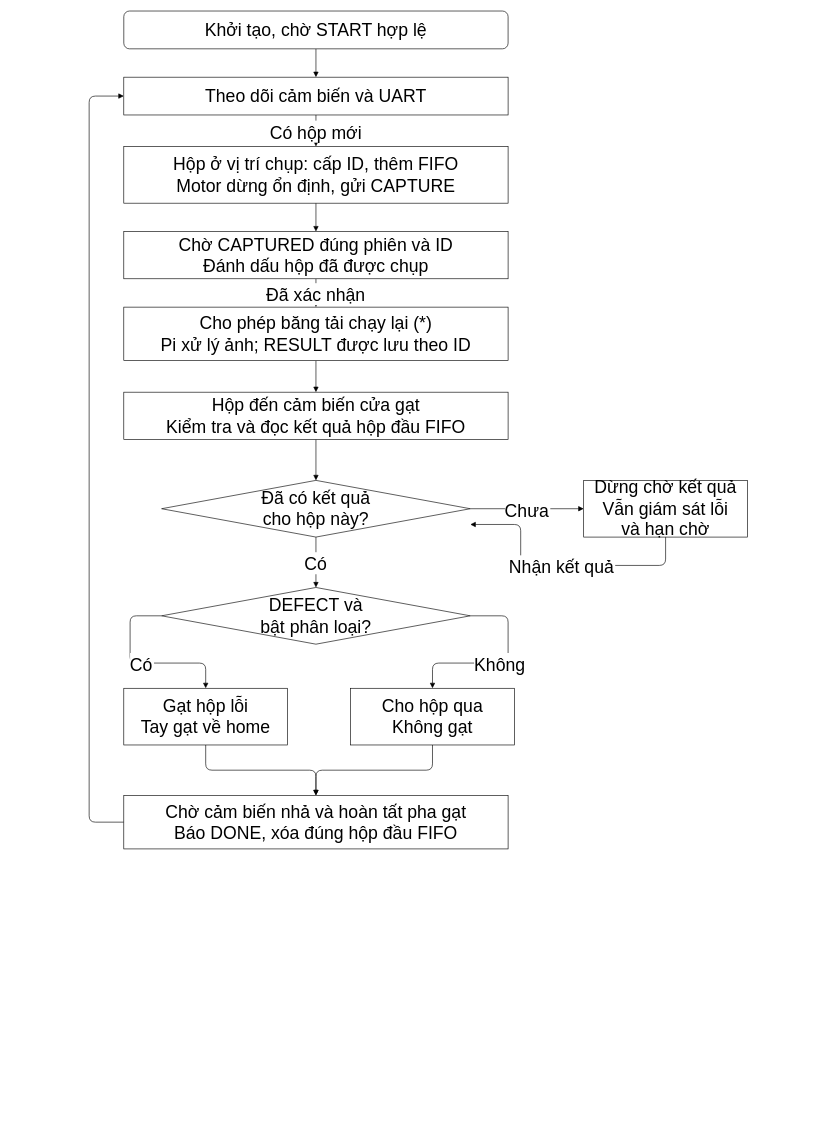
hungleo305/Phat-hien-loi-EDGE-AI keeps this draw.io diagram as docs/diagrams/esp32_chu_trinh_mot_hop.drawio. Above is the earlier version. Source tidied: cells renumbered, new cells numbered last; positions are measured from the earlier drawing's top-left corner, leaving out a move shared by most shapes. Both pictures are drawn from the tidied source at 63%, with x=0, y=0 at pixel (89, 11).
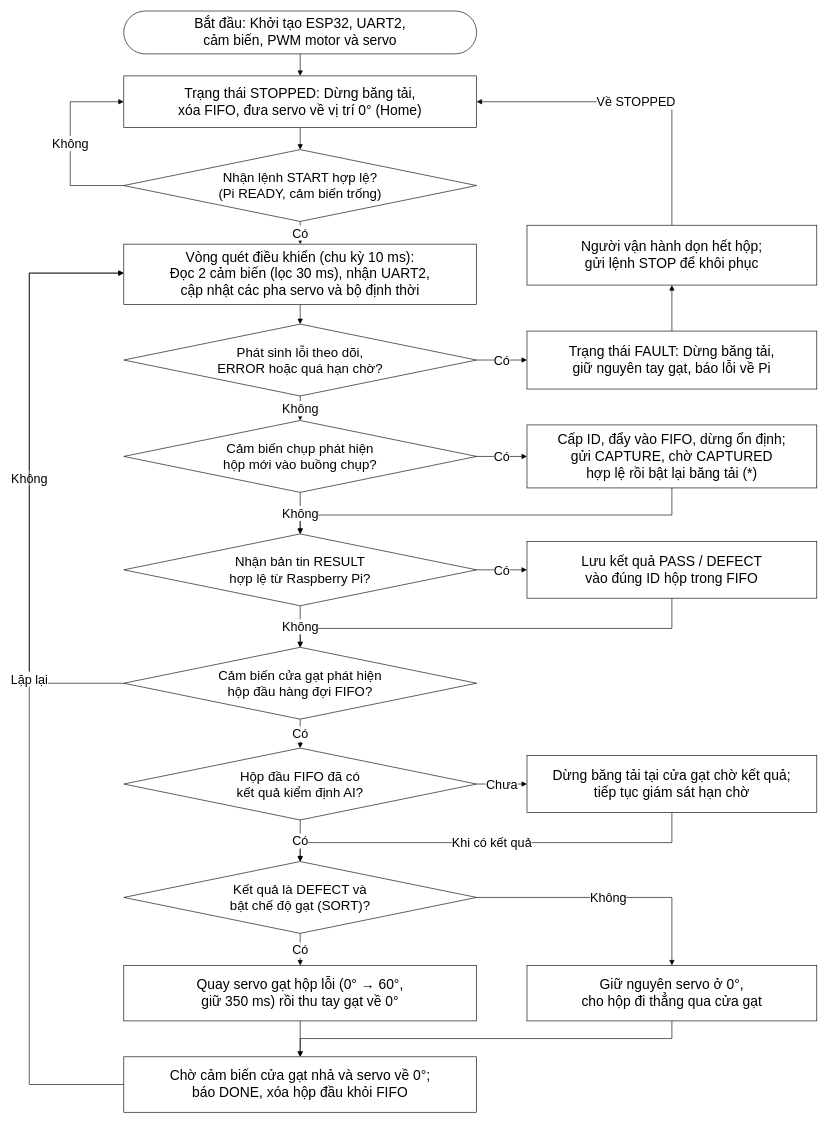
The same page after the edit.

What changed in the source:
```diff
@@
-    <mxCell id="2" style="edgeStyle=orthogonalEdgeStyle;endArrow=block;strokeColor=#000000;fontColor=#000000;fontFamily=Arial;fontSize=28;" parent="1" edge="1" source="16" target="17">
+    <mxCell id="2" style="edgeStyle=orthogonalEdgeStyle;rounded=0;html=1;endArrow=block;strokeColor=#000000;fontColor=#000000;fontFamily=Arial;fontSize=20;" parent="1" edge="1" source="16" target="39">
       <mxGeometry relative="1" as="geometry" />
     </mxCell>
-    <mxCell id="3" value="Có hộp mới" style="edgeStyle=orthogonalEdgeStyle;endArrow=block;strokeColor=#000000;fontColor=#000000;fontFamily=Arial;fontSize=28;" parent="1" edge="1" source="17" target="18">
+    <mxCell id="3" style="edgeStyle=orthogonalEdgeStyle;rounded=0;html=1;endArrow=block;strokeColor=#000000;fontColor=#000000;fontFamily=Arial;fontSize=20;" parent="1" edge="1" source="39" target="40">
       <mxGeometry relative="1" as="geometry" />
     </mxCell>
-    <mxCell id="4" style="edgeStyle=orthogonalEdgeStyle;endArrow=block;strokeColor=#000000;fontColor=#000000;fontFamily=Arial;fontSize=28;" parent="1" edge="1" source="18" target="19">
-      <mxGeometry relative="1" as="geometry" />
+    <mxCell id="4" value="Không" style="edgeStyle=orthogonalEdgeStyle;rounded=0;html=1;endArrow=block;strokeColor=#000000;fontColor=#000000;fontFamily=Arial;fontSize=20;" parent="1" edge="1" source="40" target="39">
+      <mxGeometry relative="1" as="geometry">
+        <Array as="points">
+          <mxPoint x="-30" y="277" />
+          <mxPoint x="-30" y="144" />
+        </Array>
+      </mxGeometry>
     </mxCell>
-    <mxCell id="5" value="Đã xác nhận" style="edgeStyle=orthogonalEdgeStyle;endArrow=block;strokeColor=#000000;fontColor=#000000;fontFamily=Arial;fontSize=28;" parent="1" edge="1" source="19" target="20">
+    <mxCell id="5" value="Có" style="edgeStyle=orthogonalEdgeStyle;rounded=0;html=1;endArrow=block;strokeColor=#000000;fontColor=#000000;fontFamily=Arial;fontSize=20;" parent="1" edge="1" source="40" target="41">
       <mxGeometry relative="1" as="geometry" />
     </mxCell>
-    <mxCell id="6" style="edgeStyle=orthogonalEdgeStyle;endArrow=block;strokeColor=#000000;fontColor=#000000;fontFamily=Arial;fontSize=28;" parent="1" edge="1" source="20" target="21">
+    <mxCell id="6" style="edgeStyle=orthogonalEdgeStyle;rounded=0;html=1;endArrow=block;strokeColor=#000000;fontColor=#000000;fontFamily=Arial;fontSize=20;" parent="1" edge="1" source="41" target="42">
       <mxGeometry relative="1" as="geometry" />
     </mxCell>
-    <mxCell id="7" style="edgeStyle=orthogonalEdgeStyle;endArrow=block;strokeColor=#000000;fontColor=#000000;fontFamily=Arial;fontSize=28;" parent="1" edge="1" source="21" target="22">
+    <mxCell id="7" value="Có" style="edgeStyle=orthogonalEdgeStyle;rounded=0;html=1;endArrow=block;strokeColor=#000000;fontColor=#000000;fontFamily=Arial;fontSize=20;" parent="1" edge="1" source="42" target="43">
       <mxGeometry relative="1" as="geometry" />
     </mxCell>
-    <mxCell id="8" value="Chưa" style="edgeStyle=orthogonalEdgeStyle;endArrow=block;strokeColor=#000000;fontColor=#000000;fontFamily=Arial;fontSize=28;" parent="1" edge="1" source="22" target="23">
+    <mxCell id="8" style="edgeStyle=orthogonalEdgeStyle;rounded=0;html=1;endArrow=block;strokeColor=#000000;fontColor=#000000;fontFamily=Arial;fontSize=20;" parent="1" edge="1" source="43" target="44">
       <mxGeometry relative="1" as="geometry" />
     </mxCell>
-    <mxCell id="9" value="Nhận kết quả" style="edgeStyle=orthogonalEdgeStyle;endArrow=block;strokeColor=#000000;fontColor=#000000;fontFamily=Arial;fontSize=28;" parent="1" edge="1" source="23" target="22">
+    <mxCell id="9" value="Về STOPPED" style="edgeStyle=orthogonalEdgeStyle;rounded=0;html=1;endArrow=block;strokeColor=#000000;fontColor=#000000;fontFamily=Arial;fontSize=20;" parent="1" edge="1" source="44" target="39">
       <mxGeometry relative="1" as="geometry">
         <Array as="points">
-          <mxPoint x="915" y="880" />
-          <mxPoint x="685" y="880" />
-          <mxPoint x="685" y="815" />
+          <mxPoint x="925" y="144" />
         </Array>
       </mxGeometry>
     </mxCell>
-    <mxCell id="10" value="Có" style="edgeStyle=orthogonalEdgeStyle;endArrow=block;strokeColor=#000000;fontColor=#000000;fontFamily=Arial;fontSize=28;" parent="1" edge="1" source="22" target="24">
+    <mxCell id="10" value="Không" style="edgeStyle=orthogonalEdgeStyle;rounded=0;html=1;endArrow=block;strokeColor=#000000;fontColor=#000000;fontFamily=Arial;fontSize=20;" parent="1" edge="1" source="42" target="45">
       <mxGeometry relative="1" as="geometry" />
     </mxCell>
-    <mxCell id="11" value="Có" style="edgeStyle=orthogonalEdgeStyle;endArrow=block;strokeColor=#000000;fontColor=#000000;fontFamily=Arial;fontSize=28;" parent="1" edge="1" source="24" target="25">
-      <mxGeometry relative="1" as="geometry">
-        <Array as="points">
-          <mxPoint x="65" y="960" />
-          <mxPoint x="65" y="1035" />
-          <mxPoint x="185" y="1035" />
-        </Array>
-      </mxGeometry>
+    <mxCell id="11" value="Có" style="edgeStyle=orthogonalEdgeStyle;rounded=0;html=1;endArrow=block;strokeColor=#000000;fontColor=#000000;fontFamily=Arial;fontSize=20;" parent="1" edge="1" source="45" target="46">
+      <mxGeometry relative="1" as="geometry" />
     </mxCell>
-    <mxCell id="12" value="Không" style="edgeStyle=orthogonalEdgeStyle;endArrow=block;strokeColor=#000000;fontColor=#000000;fontFamily=Arial;fontSize=28;" parent="1" edge="1" source="24" target="26">
+    <mxCell id="12" style="edgeStyle=orthogonalEdgeStyle;rounded=0;html=1;endArrow=block;strokeColor=#000000;fontColor=#000000;fontFamily=Arial;fontSize=20;" parent="1" edge="1" source="46" target="47">
       <mxGeometry relative="1" as="geometry">
         <Array as="points">
-          <mxPoint x="665" y="960" />
-          <mxPoint x="665" y="1035" />
-          <mxPoint x="545" y="1035" />
+          <mxPoint x="925" y="800" />
+          <mxPoint x="335" y="800" />
         </Array>
       </mxGeometry>
     </mxCell>
-    <mxCell id="13" style="edgeStyle=orthogonalEdgeStyle;endArrow=block;strokeColor=#000000;fontColor=#000000;fontFamily=Arial;fontSize=28;" parent="1" edge="1" source="25" target="27">
-      <mxGeometry relative="1" as="geometry">
-        <Array as="points">
-          <mxPoint x="185" y="1205" />
-          <mxPoint x="360" y="1205" />
-        </Array>
-      </mxGeometry>
+    <mxCell id="13" value="Không" style="edgeStyle=orthogonalEdgeStyle;rounded=0;html=1;endArrow=block;strokeColor=#000000;fontColor=#000000;fontFamily=Arial;fontSize=20;" parent="1" edge="1" source="45" target="47">
+      <mxGeometry relative="1" as="geometry" />
     </mxCell>
-    <mxCell id="14" style="edgeStyle=orthogonalEdgeStyle;endArrow=block;strokeColor=#000000;fontColor=#000000;fontFamily=Arial;fontSize=28;" parent="1" edge="1" source="26" target="27">
-      <mxGeometry relative="1" as="geometry">
-        <Array as="points">
-          <mxPoint x="545" y="1205" />
-          <mxPoint x="360" y="1205" />
-        </Array>
-      </mxGeometry>
+    <mxCell id="14" value="Có" style="edgeStyle=orthogonalEdgeStyle;rounded=0;html=1;endArrow=block;strokeColor=#000000;fontColor=#000000;fontFamily=Arial;fontSize=20;" parent="1" edge="1" source="47" target="48">
+      <mxGeometry relative="1" as="geometry" />
     </mxCell>
-    <mxCell id="15" style="edgeStyle=orthogonalEdgeStyle;endArrow=block;strokeColor=#000000;fontColor=#000000;fontFamily=Arial;fontSize=28;" parent="1" edge="1" source="27" target="17">
+    <mxCell id="15" style="edgeStyle=orthogonalEdgeStyle;rounded=0;html=1;endArrow=block;strokeColor=#000000;fontColor=#000000;fontFamily=Arial;fontSize=20;" parent="1" edge="1" source="48" target="49">
       <mxGeometry relative="1" as="geometry">
         <Array as="points">
-          <mxPoint y="1287" />
-          <mxPoint y="135" />
+          <mxPoint x="925" y="980" />
+          <mxPoint x="335" y="980" />
         </Array>
       </mxGeometry>
     </mxCell>
+    <mxCell id="28" value="Không" style="edgeStyle=orthogonalEdgeStyle;rounded=0;html=1;endArrow=block;strokeColor=#000000;fontColor=#000000;fontFamily=Arial;fontSize=20;" parent="1" edge="1" source="47" target="49">
+      <mxGeometry relative="1" as="geometry" />
+    </mxCell>
+    <mxCell id="29" value="Không" style="edgeStyle=orthogonalEdgeStyle;rounded=0;html=1;endArrow=block;strokeColor=#000000;fontColor=#000000;fontFamily=Arial;fontSize=20;" parent="1" edge="1" source="49" target="41">
+      <mxGeometry relative="1" as="geometry">
+        <Array as="points">
+          <mxPoint x="-95" y="1067" />
+          <mxPoint x="-95" y="416" />
+        </Array>
+      </mxGeometry>
+    </mxCell>
+    <mxCell id="30" value="Có" style="edgeStyle=orthogonalEdgeStyle;rounded=0;html=1;endArrow=block;strokeColor=#000000;fontColor=#000000;fontFamily=Arial;fontSize=20;" parent="1" edge="1" source="49" target="50">
+      <mxGeometry relative="1" as="geometry" />
+    </mxCell>
+    <mxCell id="31" value="Chưa" style="edgeStyle=orthogonalEdgeStyle;rounded=0;html=1;endArrow=block;strokeColor=#000000;fontColor=#000000;fontFamily=Arial;fontSize=20;" parent="1" edge="1" source="50" target="51">
+      <mxGeometry relative="1" as="geometry" />
+    </mxCell>
+    <mxCell id="32" value="Khi có kết quả" style="edgeStyle=orthogonalEdgeStyle;rounded=0;html=1;endArrow=block;strokeColor=#000000;fontColor=#000000;fontFamily=Arial;fontSize=20;" parent="1" edge="1" source="51" target="52">
+      <mxGeometry relative="1" as="geometry">
+        <Array as="points">
+          <mxPoint x="925" y="1320" />
+          <mxPoint x="335" y="1320" />
+        </Array>
+      </mxGeometry>
+    </mxCell>
+    <mxCell id="33" value="Có" style="edgeStyle=orthogonalEdgeStyle;rounded=0;html=1;endArrow=block;strokeColor=#000000;fontColor=#000000;fontFamily=Arial;fontSize=20;" parent="1" edge="1" source="50" target="52">
+      <mxGeometry relative="1" as="geometry" />
+    </mxCell>
+    <mxCell id="34" value="Có" style="edgeStyle=orthogonalEdgeStyle;rounded=0;html=1;endArrow=block;strokeColor=#000000;fontColor=#000000;fontFamily=Arial;fontSize=20;" parent="1" edge="1" source="52" target="53">
+      <mxGeometry relative="1" as="geometry" />
+    </mxCell>
+    <mxCell id="35" value="Không" style="edgeStyle=orthogonalEdgeStyle;rounded=0;html=1;endArrow=block;strokeColor=#000000;fontColor=#000000;fontFamily=Arial;fontSize=20;" parent="1" edge="1" source="52" target="54">
+      <mxGeometry relative="1" as="geometry">
+        <Array as="points">
+          <mxPoint x="925" y="1407" />
+        </Array>
+      </mxGeometry>
+    </mxCell>
+    <mxCell id="36" style="edgeStyle=orthogonalEdgeStyle;rounded=0;html=1;endArrow=block;strokeColor=#000000;fontColor=#000000;fontFamily=Arial;fontSize=20;" parent="1" edge="1" source="53" target="55">
+      <mxGeometry relative="1" as="geometry" />
+    </mxCell>
+    <mxCell id="37" style="edgeStyle=orthogonalEdgeStyle;rounded=0;html=1;endArrow=block;strokeColor=#000000;fontColor=#000000;fontFamily=Arial;fontSize=20;" parent="1" edge="1" source="54" target="55">
+      <mxGeometry relative="1" as="geometry">
+        <Array as="points">
+          <mxPoint x="925" y="1631" />
+          <mxPoint x="335" y="1631" />
+        </Array>
+      </mxGeometry>
+    </mxCell>
+    <mxCell id="38" value="Lặp lại" style="edgeStyle=orthogonalEdgeStyle;rounded=0;html=1;endArrow=block;strokeColor=#000000;fontColor=#000000;fontFamily=Arial;fontSize=20;" parent="1" edge="1" source="55" target="41">
+      <mxGeometry relative="1" as="geometry">
+        <Array as="points">
+          <mxPoint x="-95" y="1704" />
+          <mxPoint x="-95" y="416" />
+        </Array>
+      </mxGeometry>
+    </mxCell>
-    <mxCell id="16" value="Khởi tạo, chờ START hợp lệ" style="shape=rectangle;rounded=1;whiteSpace=wrap;html=1;fillColor=#ffffff;strokeColor=#000000;fontColor=#000000;fontFamily=Arial;fontSize=28;" parent="1" vertex="1">
-      <mxGeometry x="55" width="610" height="60" as="geometry" />
+    <mxCell id="16" value="Bắt đầu: Khởi tạo ESP32, UART2,&lt;br&gt;cảm biến, PWM motor và servo" style="shape=rectangle;rounded=1;arcSize=50;whiteSpace=wrap;html=1;fillColor=#ffffff;strokeColor=#000000;fontColor=#000000;fontFamily=Arial;fontSize=22;" parent="1" vertex="1">
+      <mxGeometry x="55" width="560" height="68" as="geometry" />
     </mxCell>
-    <mxCell id="17" value="Theo dõi cảm biến và UART" style="shape=rectangle;rounded=0;whiteSpace=wrap;html=1;fillColor=#ffffff;strokeColor=#000000;fontColor=#000000;fontFamily=Arial;fontSize=28;" parent="1" vertex="1">
-      <mxGeometry x="55" y="105" width="610" height="60" as="geometry" />
-    </mxCell>
-    <mxCell id="18" value="Hộp ở vị trí chụp: cấp ID, thêm FIFO&lt;br&gt;Motor dừng ổn định, gửi CAPTURE" style="shape=rectangle;rounded=0;whiteSpace=wrap;html=1;fillColor=#ffffff;strokeColor=#000000;fontColor=#000000;fontFamily=Arial;fontSize=28;" parent="1" vertex="1">
-      <mxGeometry x="55" y="215" width="610" height="90" as="geometry" />
-    </mxCell>
-    <mxCell id="19" value="Chờ CAPTURED đúng phiên và ID&lt;br&gt;Đánh dấu hộp đã được chụp" style="shape=rectangle;rounded=0;whiteSpace=wrap;html=1;fillColor=#ffffff;strokeColor=#000000;fontColor=#000000;fontFamily=Arial;fontSize=28;" parent="1" vertex="1">
-      <mxGeometry x="55" y="350" width="610" height="75" as="geometry" />
-    </mxCell>
-    <mxCell id="20" value="Cho phép băng tải chạy lại (*)&lt;br&gt;Pi xử lý ảnh; RESULT được lưu theo ID" style="shape=rectangle;rounded=0;whiteSpace=wrap;html=1;fillColor=#ffffff;strokeColor=#000000;fontColor=#000000;fontFamily=Arial;fontSize=28;" parent="1" vertex="1">
-      <mxGeometry x="55" y="470" width="610" height="85" as="geometry" />
-    </mxCell>
-    <mxCell id="21" value="Hộp đến cảm biến cửa gạt&lt;br&gt;Kiểm tra và đọc kết quả hộp đầu FIFO" style="shape=rectangle;rounded=0;whiteSpace=wrap;html=1;fillColor=#ffffff;strokeColor=#000000;fontColor=#000000;fontFamily=Arial;fontSize=28;" parent="1" vertex="1">
-      <mxGeometry x="55" y="605" width="610" height="75" as="geometry" />
-    </mxCell>
-    <mxCell id="22" value="Đã có kết quả&lt;br&gt;cho hộp này?" style="shape=rhombus;rounded=0;whiteSpace=wrap;html=1;fillColor=#ffffff;strokeColor=#000000;fontColor=#000000;fontFamily=Arial;fontSize=28;" parent="1" vertex="1">
-      <mxGeometry x="115" y="745" width="490" height="90" as="geometry" />
-    </mxCell>
-    <mxCell id="23" value="Dừng chờ kết quả&lt;br&gt;Vẫn giám sát lỗi&lt;br&gt;và hạn chờ" style="shape=rectangle;rounded=0;whiteSpace=wrap;html=1;fillColor=#ffffff;strokeColor=#000000;fontColor=#000000;fontFamily=Arial;fontSize=28;" parent="1" vertex="1">
-      <mxGeometry x="785" y="745" width="260" height="90" as="geometry" />
-    </mxCell>
-    <mxCell id="24" value="DEFECT và&lt;br&gt;bật phân loại?" style="shape=rhombus;rounded=0;whiteSpace=wrap;html=1;fillColor=#ffffff;strokeColor=#000000;fontColor=#000000;fontFamily=Arial;fontSize=28;" parent="1" vertex="1">
-      <mxGeometry x="115" y="915" width="490" height="90" as="geometry" />
-    </mxCell>
-    <mxCell id="25" value="Gạt hộp lỗi&lt;br&gt;Tay gạt về home" style="shape=rectangle;rounded=0;whiteSpace=wrap;html=1;fillColor=#ffffff;strokeColor=#000000;fontColor=#000000;fontFamily=Arial;fontSize=28;" parent="1" vertex="1">
-      <mxGeometry x="55" y="1075" width="260" height="90" as="geometry" />
-    </mxCell>
-    <mxCell id="26" value="Cho hộp qua&lt;br&gt;Không gạt" style="shape=rectangle;rounded=0;whiteSpace=wrap;html=1;fillColor=#ffffff;strokeColor=#000000;fontColor=#000000;fontFamily=Arial;fontSize=28;" parent="1" vertex="1">
-      <mxGeometry x="415" y="1075" width="260" height="90" as="geometry" />
-    </mxCell>
-    <mxCell id="27" value="Chờ cảm biến nhả và hoàn tất pha gạt&lt;br&gt;Báo DONE, xóa đúng hộp đầu FIFO" style="shape=rectangle;rounded=0;whiteSpace=wrap;html=1;fillColor=#ffffff;strokeColor=#000000;fontColor=#000000;fontFamily=Arial;fontSize=28;" parent="1" vertex="1">
-      <mxGeometry x="55" y="1245" width="610" height="85" as="geometry" />
-    </mxCell>
+    <mxCell id="39" value="Trạng thái STOPPED: Dừng băng tải,&lt;br&gt;xóa FIFO, đưa servo về vị trí 0° (Home)" style="shape=rectangle;rounded=0;whiteSpace=wrap;html=1;fillColor=#ffffff;strokeColor=#000000;fontColor=#000000;fontFamily=Arial;fontSize=22;" parent="1" vertex="1">
+      <mxGeometry x="55" y="103" width="560" height="82" as="geometry" />
+    </mxCell>
+    <mxCell id="40" value="Nhận lệnh START hợp lệ?&lt;br&gt;(Pi READY, cảm biến trống)" style="shape=rhombus;rounded=0;whiteSpace=wrap;html=1;fillColor=#ffffff;strokeColor=#000000;fontColor=#000000;fontFamily=Arial;fontSize=21;" parent="1" vertex="1">
+      <mxGeometry x="55" y="220" width="560" height="114" as="geometry" />
+    </mxCell>
+    <mxCell id="41" value="Vòng quét điều khiển (chu kỳ 10 ms):&lt;br&gt;Đọc 2 cảm biến (lọc 30 ms), nhận UART2,&lt;br&gt;cập nhật các pha servo và bộ định thời" style="shape=rectangle;rounded=0;whiteSpace=wrap;html=1;fillColor=#ffffff;strokeColor=#000000;fontColor=#000000;fontFamily=Arial;fontSize=22;" parent="1" vertex="1">
+      <mxGeometry x="55" y="370" width="560" height="96" as="geometry" />
+    </mxCell>
+    <mxCell id="42" value="Phát sinh lỗi theo dõi,&lt;br&gt;ERROR hoặc quá hạn chờ?" style="shape=rhombus;rounded=0;whiteSpace=wrap;html=1;fillColor=#ffffff;strokeColor=#000000;fontColor=#000000;fontFamily=Arial;fontSize=21;" parent="1" vertex="1">
+      <mxGeometry x="55" y="497" width="560" height="114" as="geometry" />
+    </mxCell>
+    <mxCell id="43" value="Trạng thái FAULT: Dừng băng tải,&lt;br&gt;giữ nguyên tay gạt, báo lỗi về Pi" style="shape=rectangle;rounded=0;whiteSpace=wrap;html=1;fillColor=#ffffff;strokeColor=#000000;fontColor=#000000;fontFamily=Arial;fontSize=22;" parent="1" vertex="1">
+      <mxGeometry x="695" y="508" width="460" height="92" as="geometry" />
+    </mxCell>
+    <mxCell id="44" value="Người vận hành dọn hết hộp;&lt;br&gt;gửi lệnh STOP để khôi phục" style="shape=rectangle;rounded=0;whiteSpace=wrap;html=1;fillColor=#ffffff;strokeColor=#000000;fontColor=#000000;fontFamily=Arial;fontSize=22;" parent="1" vertex="1">
+      <mxGeometry x="695" y="340" width="460" height="95" as="geometry" />
+    </mxCell>
+    <mxCell id="45" value="Cảm biến chụp phát hiện&lt;br&gt;hộp mới vào buồng chụp?" style="shape=rhombus;rounded=0;whiteSpace=wrap;html=1;fillColor=#ffffff;strokeColor=#000000;fontColor=#000000;fontFamily=Arial;fontSize=21;" parent="1" vertex="1">
+      <mxGeometry x="55" y="650" width="560" height="114" as="geometry" />
+    </mxCell>
+    <mxCell id="46" value="Cấp ID, đẩy vào FIFO, dừng ổn định;&lt;br&gt;gửi CAPTURE, chờ CAPTURED&lt;br&gt;hợp lệ rồi bật lại băng tải (*)" style="shape=rectangle;rounded=0;whiteSpace=wrap;html=1;fillColor=#ffffff;strokeColor=#000000;fontColor=#000000;fontFamily=Arial;fontSize=22;" parent="1" vertex="1">
+      <mxGeometry x="695" y="657" width="460" height="100" as="geometry" />
+    </mxCell>
+    <mxCell id="47" value="Nhận bản tin RESULT&lt;br&gt;hợp lệ từ Raspberry Pi?" style="shape=rhombus;rounded=0;whiteSpace=wrap;html=1;fillColor=#ffffff;strokeColor=#000000;fontColor=#000000;fontFamily=Arial;fontSize=21;" parent="1" vertex="1">
+      <mxGeometry x="55" y="830" width="560" height="114" as="geometry" />
+    </mxCell>
+    <mxCell id="48" value="Lưu kết quả PASS / DEFECT&lt;br&gt;vào đúng ID hộp trong FIFO" style="shape=rectangle;rounded=0;whiteSpace=wrap;html=1;fillColor=#ffffff;strokeColor=#000000;fontColor=#000000;fontFamily=Arial;fontSize=22;" parent="1" vertex="1">
+      <mxGeometry x="695" y="842" width="460" height="90" as="geometry" />
+    </mxCell>
+    <mxCell id="49" value="Cảm biến cửa gạt phát hiện&lt;br&gt;hộp đầu hàng đợi FIFO?" style="shape=rhombus;rounded=0;whiteSpace=wrap;html=1;fillColor=#ffffff;strokeColor=#000000;fontColor=#000000;fontFamily=Arial;fontSize=21;" parent="1" vertex="1">
+      <mxGeometry x="55" y="1010" width="560" height="114" as="geometry" />
+    </mxCell>
+    <mxCell id="50" value="Hộp đầu FIFO đã có&lt;br&gt;kết quả kiểm định AI?" style="shape=rhombus;rounded=0;whiteSpace=wrap;html=1;fillColor=#ffffff;strokeColor=#000000;fontColor=#000000;fontFamily=Arial;fontSize=21;" parent="1" vertex="1">
+      <mxGeometry x="55" y="1170" width="560" height="114" as="geometry" />
+    </mxCell>
+    <mxCell id="51" value="Dừng băng tải tại cửa gạt chờ kết quả;&lt;br&gt;tiếp tục giám sát hạn chờ" style="shape=rectangle;rounded=0;whiteSpace=wrap;html=1;fillColor=#ffffff;strokeColor=#000000;fontColor=#000000;fontFamily=Arial;fontSize=22;" parent="1" vertex="1">
+      <mxGeometry x="695" y="1182" width="460" height="90" as="geometry" />
+    </mxCell>
+    <mxCell id="52" value="Kết quả là DEFECT và&lt;br&gt;bật chế độ gạt (SORT)?" style="shape=rhombus;rounded=0;whiteSpace=wrap;html=1;fillColor=#ffffff;strokeColor=#000000;fontColor=#000000;fontFamily=Arial;fontSize=21;" parent="1" vertex="1">
+      <mxGeometry x="55" y="1350" width="560" height="114" as="geometry" />
+    </mxCell>
+    <mxCell id="53" value="Quay servo gạt hộp lỗi (0° → 60°,&lt;br&gt;giữ 350 ms) rồi thu tay gạt về 0°" style="shape=rectangle;rounded=0;whiteSpace=wrap;html=1;fillColor=#ffffff;strokeColor=#000000;fontColor=#000000;fontFamily=Arial;fontSize=22;" parent="1" vertex="1">
+      <mxGeometry x="55" y="1515" width="560" height="88" as="geometry" />
+    </mxCell>
+    <mxCell id="54" value="Giữ nguyên servo ở 0°,&lt;br&gt;cho hộp đi thẳng qua cửa gạt" style="shape=rectangle;rounded=0;whiteSpace=wrap;html=1;fillColor=#ffffff;strokeColor=#000000;fontColor=#000000;fontFamily=Arial;fontSize=22;" parent="1" vertex="1">
+      <mxGeometry x="695" y="1515" width="460" height="88" as="geometry" />
+    </mxCell>
+    <mxCell id="55" value="Chờ cảm biến cửa gạt nhả và servo về 0°;&lt;br&gt;báo DONE, xóa hộp đầu khỏi FIFO" style="shape=rectangle;rounded=0;whiteSpace=wrap;html=1;fillColor=#ffffff;strokeColor=#000000;fontColor=#000000;fontFamily=Arial;fontSize=22;" parent="1" vertex="1">
+      <mxGeometry x="55" y="1660" width="560" height="88" as="geometry" />
+    </mxCell>
```
